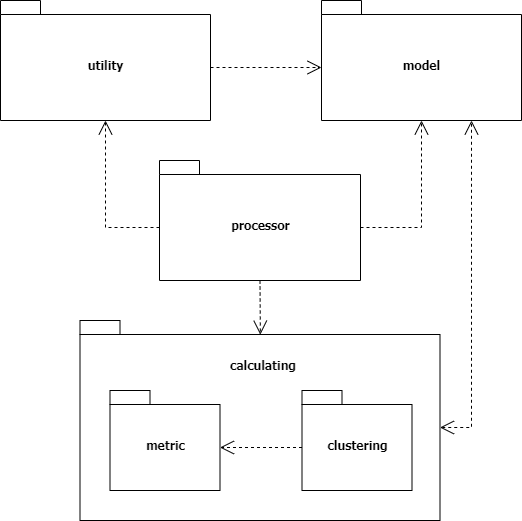
Above: fuchs-1196307/Elaboration/Images/packages.png in lzfs/Bachelorarbeit-Fuchs (draw.io), before the change. Source tidied: cells renumbered, new cells last; positions are measured from the earlier drawing's top-left corner, leaving out a move shared by most shapes.
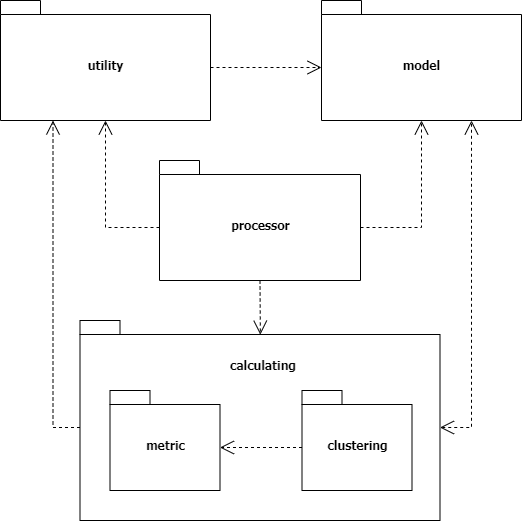
After the change.

What changed in the source:
```diff
@@ -41,5 +41,8 @@
     <mxCell id="14" style="endArrow=open;endSize=12;dashed=1;html=1;rounded=0;fontSize=12;exitX=0;exitY=0;exitDx=201;exitDy=67;exitPerimeter=0;entryX=0.5;entryY=1;entryDx=0;entryDy=0;entryPerimeter=0;edgeStyle=orthogonalEdgeStyle;endFill=0;shadow=0;sketch=0;fontFamily=Tahoma;" parent="1" edge="1" source="4" target="5">
       <mxGeometry relative="1" as="geometry" />
     </mxCell>
+    <mxCell id="15" style="endArrow=open;endSize=12;dashed=1;html=1;rounded=0;fontSize=12;exitX=0;exitY=0;exitDx=0;exitDy=107;exitPerimeter=0;entryX=0.25;entryY=1;entryDx=0;entryDy=0;entryPerimeter=0;edgeStyle=orthogonalEdgeStyle;shadow=0;sketch=0;fontFamily=Tahoma;" parent="1" edge="1" source="2" target="3">
+      <mxGeometry relative="1" as="geometry" />
+    </mxCell>
   </root>
 </mxGraphModel>
```
